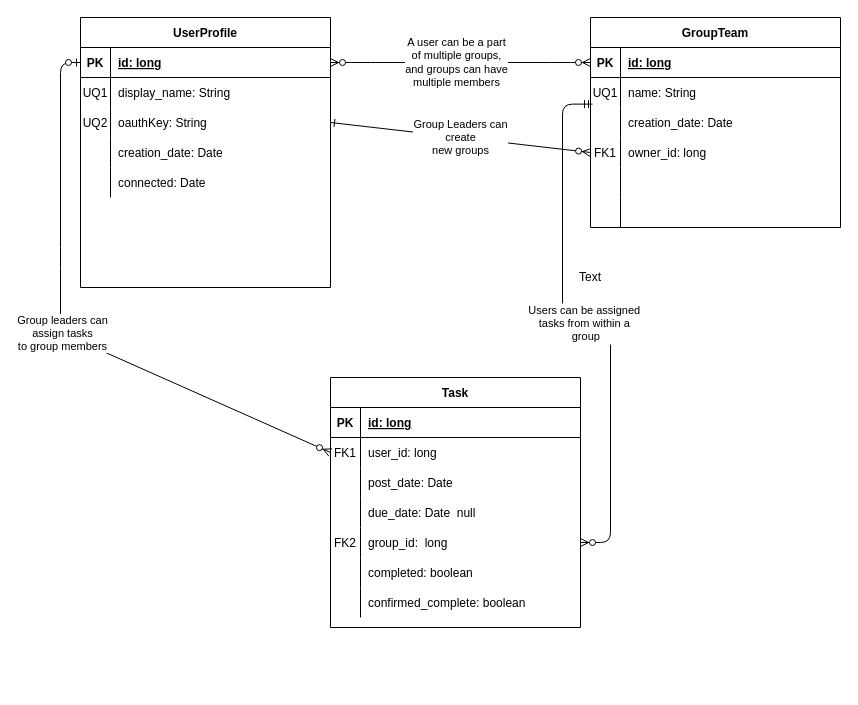
team-assignments/team-assignments.github.io keeps this draw.io diagram as docs/work/erd.drawio. Above is the earlier version. Source tidied: cells renumbered, new cells numbered last; positions are measured from the earlier drawing's top-left corner, leaving out a move shared by most shapes. Both pictures are drawn from the tidied source at 100%, with x=0, y=0 at pixel (60, 17).
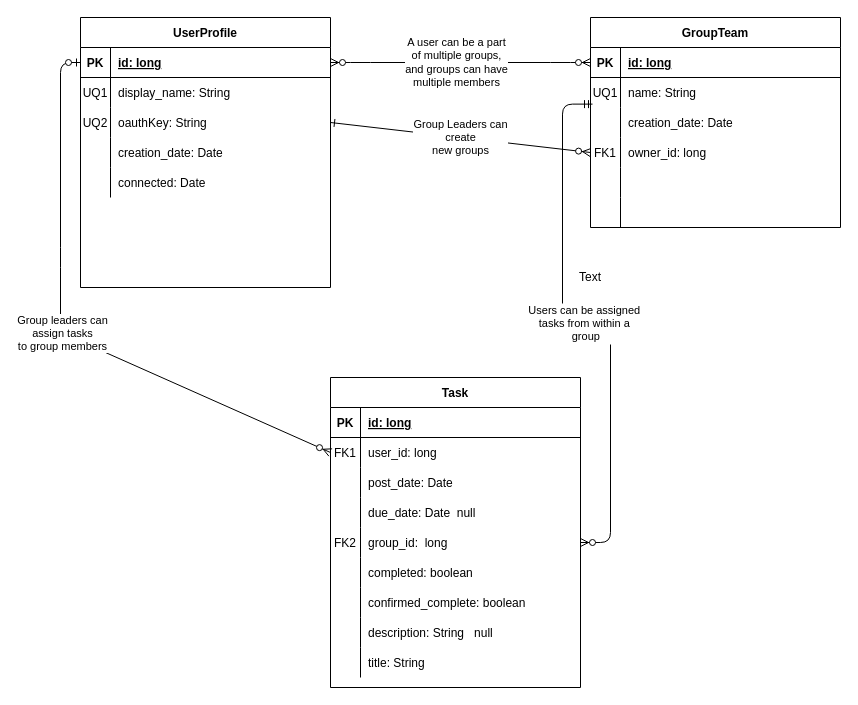
After the change.

Commit message (it also covers changes not shown here):
New DDL, updated ERD.

Diff of the diagram source:
```diff
@@
     <mxCell id="25" value="Task" style="shape=table;startSize=30;childLayout=tableLayout;rowLines=0;fontStyle=1;align=center;" parent="1" vertex="1">
-      <mxGeometry x="270" y="360" width="250" height="250" as="geometry" />
+      <mxGeometry x="270" y="360" width="250" height="310" as="geometry" />
     </mxCell>
@@
+    <mxCell id="71" style="shape=partialRectangle;fillColor=none;top=0;left=0;right=0;bottom=0;" parent="25" vertex="1">
+      <mxGeometry y="240" width="250" height="30" as="geometry" />
+    </mxCell>
+    <mxCell id="72" style="shape=partialRectangle;overflow=hidden;fillColor=none;top=0;left=0;bottom=0;right=0;" parent="71" vertex="1">
+      <mxGeometry width="30" height="30" as="geometry" />
+    </mxCell>
+    <mxCell id="73" value="description: String   null" style="shape=partialRectangle;overflow=hidden;fillColor=none;top=0;left=0;bottom=0;right=0;align=left;spacingLeft=6;" parent="71" vertex="1">
+      <mxGeometry x="30" width="220" height="30" as="geometry" />
+    </mxCell>
+    <mxCell id="74" style="shape=partialRectangle;fillColor=none;top=0;left=0;right=0;bottom=0;" parent="25" vertex="1">
+      <mxGeometry y="270" width="250" height="30" as="geometry" />
+    </mxCell>
+    <mxCell id="75" style="shape=partialRectangle;overflow=hidden;fillColor=none;top=0;left=0;bottom=0;right=0;" parent="74" vertex="1">
+      <mxGeometry width="30" height="30" as="geometry" />
+    </mxCell>
+    <mxCell id="76" value="title: String" style="shape=partialRectangle;overflow=hidden;fillColor=none;top=0;left=0;bottom=0;right=0;align=left;spacingLeft=6;" parent="74" vertex="1">
+      <mxGeometry x="30" width="220" height="30" as="geometry" />
+    </mxCell>
```
